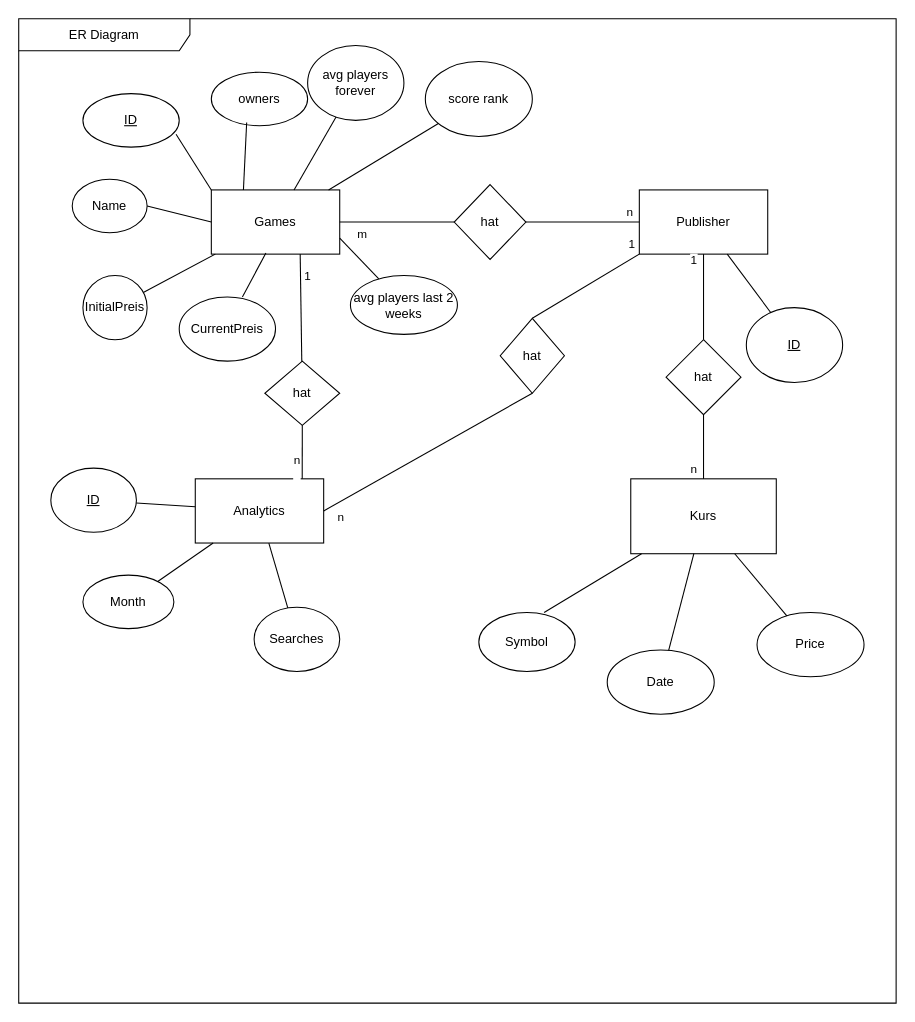
Before: ERModel.drawio in Noah250201/Simulationsprojekt, a draw.io diagram. Source tidied: cells renumbered, new cells numbered last; positions are measured from the earlier drawing's top-left corner, leaving out a move shared by most shapes. Both pictures are drawn from the tidied source at 107%, with x=0, y=0 at pixel (18, 18).
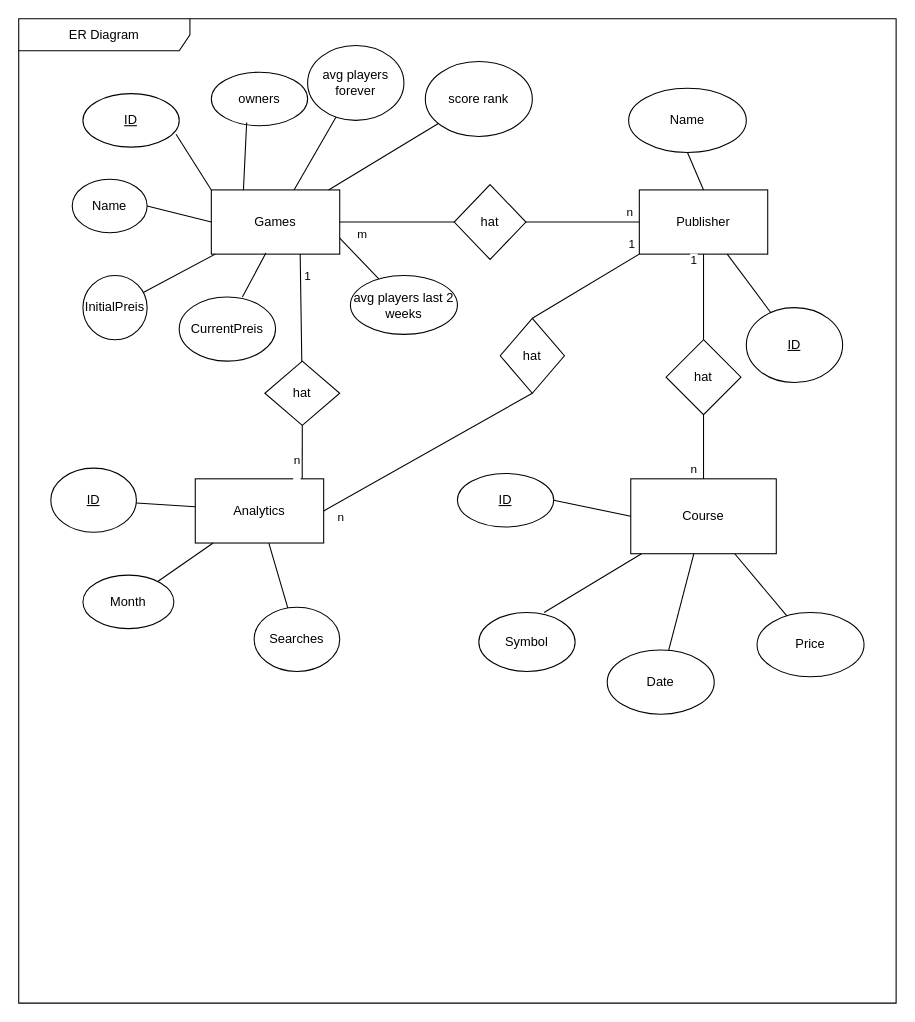
The same diagram, later.

Unchanged cells that the change refers to:
```xml
<mxCell id="2" value="ER Diagram" style="shape=umlFrame;whiteSpace=wrap;html=1;width=160;" parent="1" vertex="1">
  <mxGeometry width="820" height="920" as="geometry" />
</mxCell>
<mxCell id="18" value="Publisher" style="rounded=0;whiteSpace=wrap;html=1;" parent="2" vertex="1">
  <mxGeometry x="580" y="160" width="120" height="60" as="geometry" />
</mxCell>
```

Change to the diagram source:
```diff
@@
-    <mxCell id="28" value="Kurs" style="rounded=0;whiteSpace=wrap;html=1;" parent="2" vertex="1">
+    <mxCell id="28" value="Course" style="rounded=0;whiteSpace=wrap;html=1;" parent="2" vertex="1">
       <mxGeometry x="572" y="430" width="136" height="70" as="geometry" />
     </mxCell>
@@
+    <mxCell id="57" value="&lt;u&gt;ID&lt;/u&gt;" style="ellipse;whiteSpace=wrap;html=1;" parent="2" vertex="1">
+      <mxGeometry x="410" y="425" width="90" height="50" as="geometry" />
+    </mxCell>
+    <mxCell id="58" style="endArrow=none;html=1;rounded=0;entryX=0;entryY=0.5;entryDx=0;entryDy=0;exitX=1;exitY=0.5;exitDx=0;exitDy=0;" parent="2" edge="1" source="57" target="28">
+      <mxGeometry relative="1" as="geometry" />
+    </mxCell>
+    <mxCell id="59" value="Name" style="ellipse;whiteSpace=wrap;html=1;" parent="2" vertex="1">
+      <mxGeometry x="570" y="65" width="110" height="60" as="geometry" />
+    </mxCell>
+    <mxCell id="60" style="endArrow=none;html=1;rounded=0;entryX=0.5;entryY=1;entryDx=0;entryDy=0;exitX=0.5;exitY=0;exitDx=0;exitDy=0;" parent="2" edge="1" source="18" target="59">
+      <mxGeometry relative="1" as="geometry" />
+    </mxCell>
```
